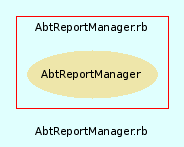
This is src/trunk/doc/dot/f_6.png from eschabell/abtlinux, a Graphviz export, as it was before one commit. Its source is kept beside it as src/trunk/doc/dot/f_6.dot.
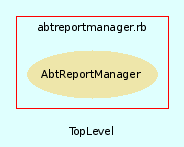
After the change.

Diff of the diagram source:
```diff
@@ -3,7 +3,7 @@
     bgcolor = lightcyan1
     fontname = Arial
     fontsize = 8
-    label = "AbtReportManager.rb"
+    label = "TopLevel"
     node [
         fontname = Arial,
         fontsize = 8,
@@ -13,7 +13,7 @@
     subgraph cluster_7 {
         fontname = Arial
         color = red
-        label = "AbtReportManager.rb"
+        label = "abtreportmanager.rb"
         AbtReportManager [
             fontcolor = black,
             URL = "classes/AbtReportManager.html",
```
